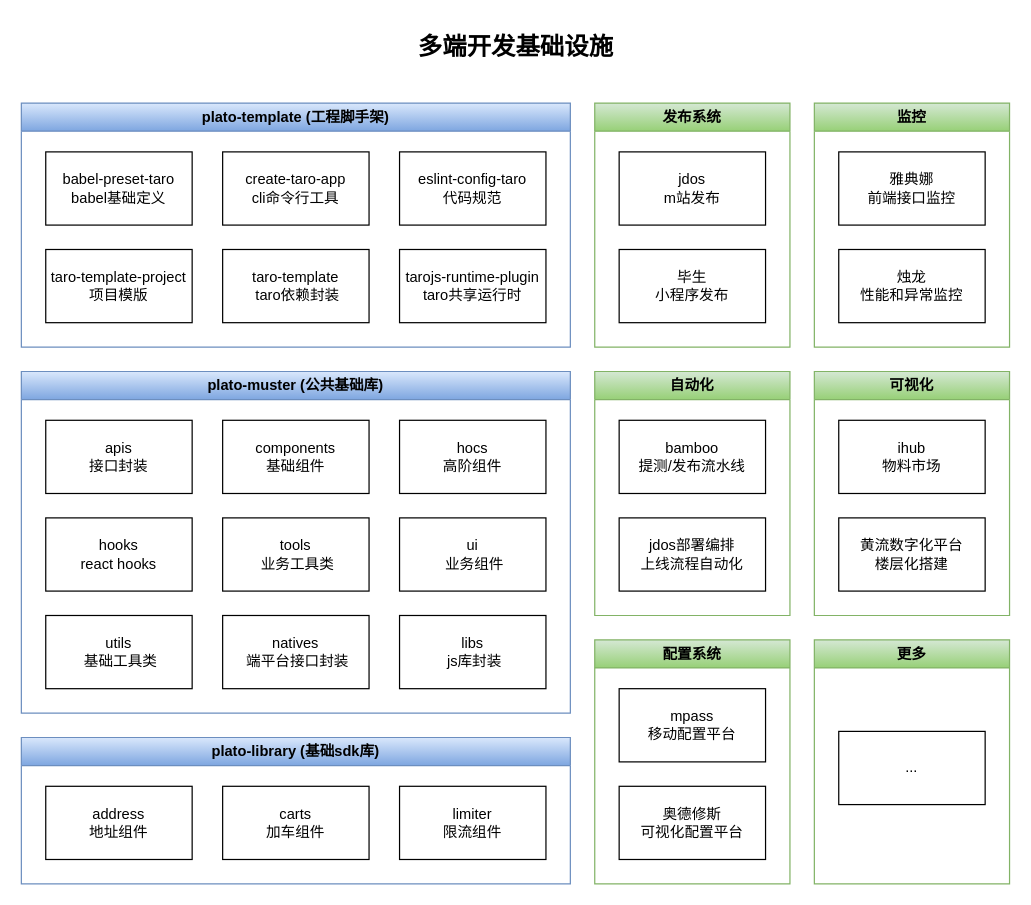
Before: 前端设施.drawio in baosiqing/draw, a draw.io diagram. Source tidied: cells renumbered, new cells numbered last; positions are measured from the earlier drawing's top-left corner, leaving out a move shared by most shapes. Both pictures are drawn from the tidied source at 122%, with x=0, y=0 at pixel (21, 21).
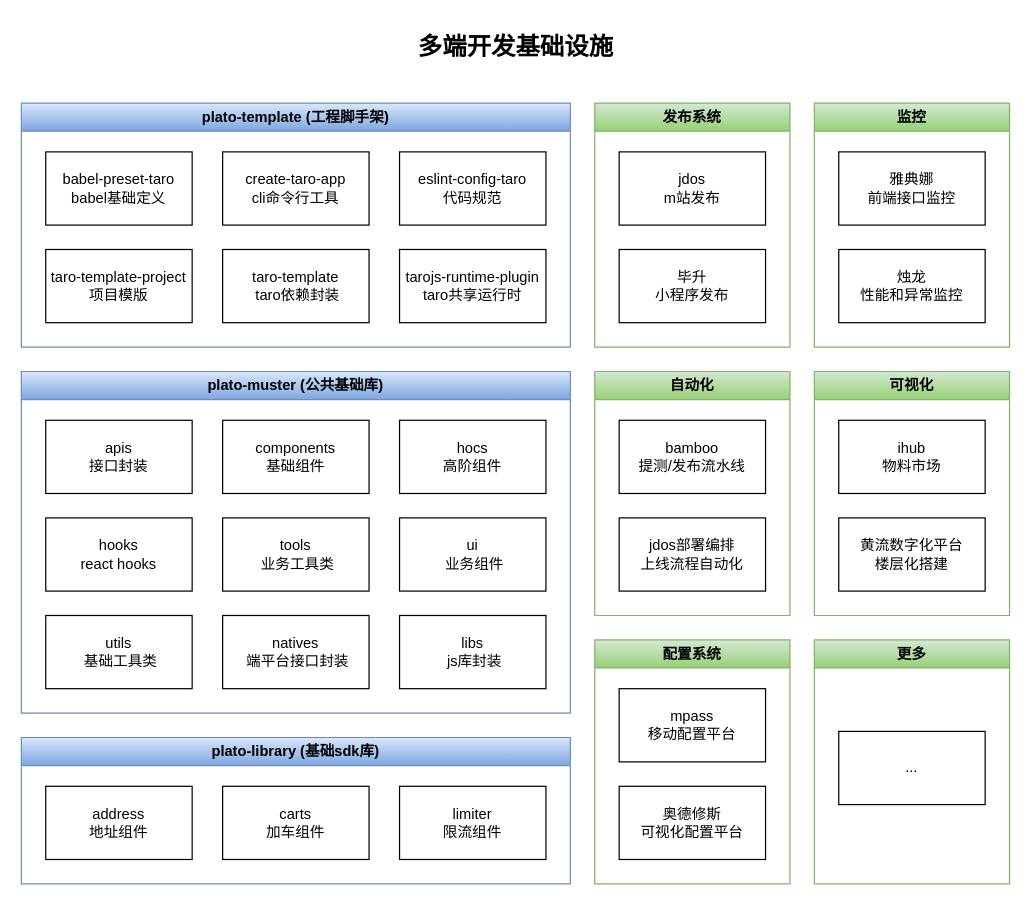
The same page after the edit.

Commit message:
更新前端设施.drawio

The change refers to these unchanged cells:
```xml
<mxCell id="23" value="发布系统" style="swimlane;whiteSpace=wrap;html=1;fillColor=#d5e8d4;gradientColor=#97d077;strokeColor=#82b366;" parent="1" vertex="1">
  <mxGeometry x="470" y="67" width="160" height="200" as="geometry" />
</mxCell>
```

The edit, as a diff of the source:
```diff
@@
-    <mxCell id="25" value="毕生&lt;br&gt;小程序发布" style="whiteSpace=wrap;html=1;" parent="23" vertex="1">
+    <mxCell id="25" value="毕升&lt;br&gt;小程序发布" style="whiteSpace=wrap;html=1;" parent="23" vertex="1">
       <mxGeometry x="20" y="120" width="120" height="60" as="geometry" />
     </mxCell>
```
